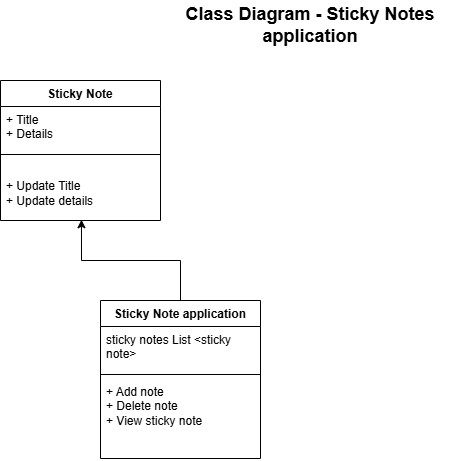
charnemunjee/sticky_notes keeps this draw.io diagram as class_diagram.png. Above is the earlier version. Source tidied: cells renumbered, new cells last; positions are measured from the earlier drawing's top-left corner, leaving out a move shared by most shapes.
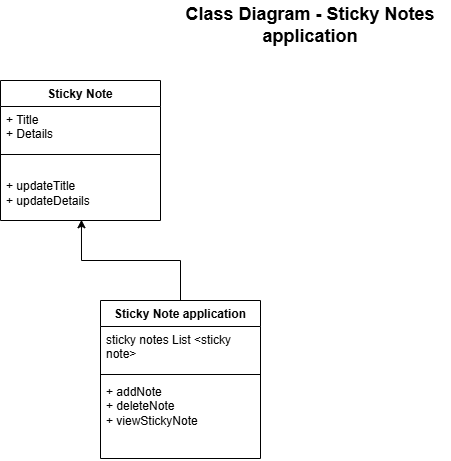
Later version of the same file.

Diff of the diagram source:
```diff
@@ -11,7 +11,7 @@
     <mxCell id="4" style="line;strokeWidth=1;fillColor=none;align=left;verticalAlign=middle;spacingTop=-1;spacingLeft=3;spacingRight=3;labelPosition=right;strokeColor=inherit;" parent="2" vertex="1">
       <mxGeometry y="70" width="160" height="8" as="geometry" />
     </mxCell>
-    <mxCell id="5" value="&lt;br&gt;&lt;div&gt;+ Update Title&lt;/div&gt;&lt;div&gt;+ Update details&lt;br&gt;&lt;div&gt;&lt;br&gt;&lt;/div&gt;&lt;/div&gt;" style="text;strokeColor=none;fillColor=none;align=left;verticalAlign=top;spacingLeft=4;spacingRight=4;overflow=hidden;points=[[0,0.5],[1,0.5]];portConstraint=eastwest;whiteSpace=wrap;html=1;" parent="2" vertex="1">
+    <mxCell id="5" value="&lt;br&gt;&lt;div&gt;+ updateTitle&lt;/div&gt;&lt;div&gt;+ updateDetails&lt;br&gt;&lt;div&gt;&lt;br&gt;&lt;/div&gt;&lt;/div&gt;" style="text;strokeColor=none;fillColor=none;align=left;verticalAlign=top;spacingLeft=4;spacingRight=4;overflow=hidden;points=[[0,0.5],[1,0.5]];portConstraint=eastwest;whiteSpace=wrap;html=1;" parent="2" vertex="1">
       <mxGeometry y="78" width="160" height="62" as="geometry" />
     </mxCell>
     <mxCell id="6" value="Sticky Note application" style="swimlane;fontStyle=1;align=center;verticalAlign=top;horizontal=1;startSize=26;whiteSpace=wrap;html=1;" parent="1" vertex="1">
@@ -23,7 +23,7 @@
     <mxCell id="8" style="line;strokeWidth=1;fillColor=none;align=left;verticalAlign=middle;spacingTop=-1;spacingLeft=3;spacingRight=3;labelPosition=right;strokeColor=inherit;" parent="6" vertex="1">
       <mxGeometry y="70" width="160" height="8" as="geometry" />
     </mxCell>
-    <mxCell id="9" value="+ Add note&lt;div&gt;+ Delete note&lt;/div&gt;&lt;div&gt;+ View sticky note&lt;/div&gt;" style="text;strokeColor=none;fillColor=none;align=left;verticalAlign=top;spacingLeft=4;spacingRight=4;overflow=hidden;whiteSpace=wrap;html=1;" parent="6" vertex="1">
+    <mxCell id="9" value="+ addNote&lt;div&gt;+ deleteNote&lt;/div&gt;&lt;div&gt;+ viewStickyNote&lt;/div&gt;" style="text;strokeColor=none;fillColor=none;align=left;verticalAlign=top;spacingLeft=4;spacingRight=4;overflow=hidden;whiteSpace=wrap;html=1;" parent="6" vertex="1">
       <mxGeometry y="78" width="160" height="80" as="geometry" />
     </mxCell>
     <mxCell id="10" style="edgeStyle=orthogonalEdgeStyle;rounded=0;jettySize=auto;html=1;entryX=0.506;entryY=0.988;entryDx=0;entryDy=0;entryPerimeter=0;" parent="1" edge="1" source="6" target="5">
```
